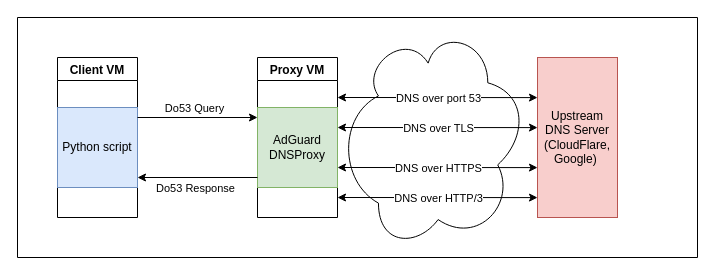
The draw.io diagram page "Page-1" (1 of 2) of diagram.drawio in Ves5/DNSSecExt, before the edit. Source tidied: cells renumbered, new cells numbered last; positions are measured from the earlier drawing's top-left corner, leaving out a move shared by most shapes. Both pictures are drawn from the tidied source at 100%, with x=0, y=0 at pixel (17, 17).
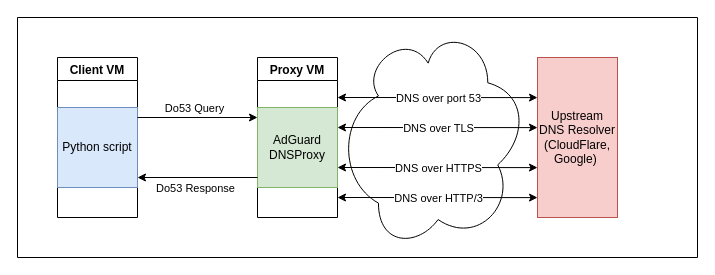
The same page after the edit.

Commit message (it also covers changes not shown here):
diagrams exported

Unchanged cells that the change refers to:
```xml
<mxCell id="2" style="swimlane;startSize=0;" parent="1" vertex="1">
  <mxGeometry width="680" height="240" as="geometry" />
</mxCell>
```

Diff of the diagram source:
```diff
@@
-    <mxCell id="4" value="Upstream&lt;br&gt;DNS Server&lt;br&gt;(CloudFlare, Google)&amp;nbsp;" style="rounded=0;whiteSpace=wrap;html=1;fillColor=#f8cecc;strokeColor=#b85450;" parent="2" vertex="1">
+    <mxCell id="4" value="Upstream&lt;br&gt;DNS Resolver&lt;br&gt;(CloudFlare, Google)&amp;nbsp;" style="rounded=0;whiteSpace=wrap;html=1;fillColor=#f8cecc;strokeColor=#b85450;" parent="2" vertex="1">
       <mxGeometry x="520" y="40" width="80" height="160" as="geometry" />
     </mxCell>
```
